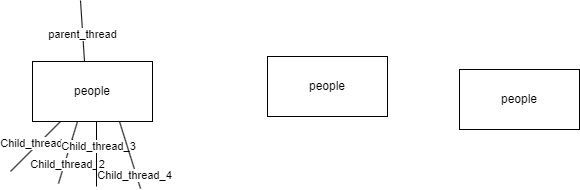
Before: Mutltithread.png, a diagram exported from draw.io (SNEHILUPADHYAY007/ForceOfConcurrency). Source tidied: cells renumbered, new cells last; positions are measured from the earlier drawing's top-left corner, leaving out a move shared by most shapes.
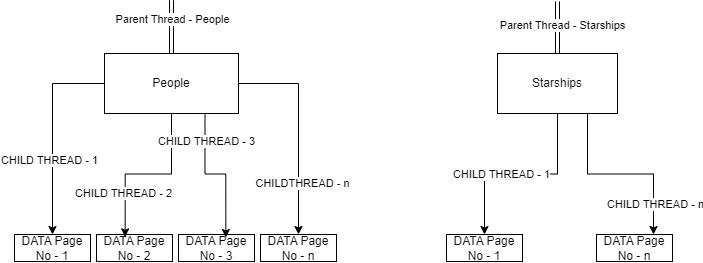
After the commit.

The edit, as a diff of the source:
```diff
@@ -2,59 +2,81 @@
   <root>
     <mxCell id="0" />
     <mxCell id="1" parent="0" />
+    <mxCell id="15" style="edgeStyle=orthogonalEdgeStyle;rounded=0;jettySize=auto;html=1;" parent="1" edge="1" source="2" target="27">
+      <mxGeometry relative="1" as="geometry" />
+    </mxCell>
+    <mxCell id="16" value="CHILD THREAD - 1" style="edgeLabel;html=1;align=center;verticalAlign=middle;" parent="15" vertex="1">
+      <mxGeometry x="0.26" y="-4" relative="1" as="geometry" />
+    </mxCell>
+    <mxCell id="17" style="edgeStyle=orthogonalEdgeStyle;rounded=0;jettySize=auto;html=1;" parent="1" edge="1" source="2" target="30">
+      <mxGeometry relative="1" as="geometry" />
+    </mxCell>
+    <mxCell id="18" value="CHILDTHREAD - n" style="edgeLabel;html=1;align=center;verticalAlign=middle;" parent="17" vertex="1">
+      <mxGeometry x="0.51" y="3" relative="1" as="geometry" />
+    </mxCell>
+    <mxCell id="19" style="edgeStyle=orthogonalEdgeStyle;rounded=0;jettySize=auto;html=1;shape=link;" parent="1" edge="1" source="2">
+      <mxGeometry relative="1" as="geometry">
+        <mxPoint x="131" y="2.7" as="targetPoint" />
+      </mxGeometry>
+    </mxCell>
+    <mxCell id="20" value="Parent Thread - People" style="edgeLabel;html=1;align=center;verticalAlign=middle;" parent="19" vertex="1">
+      <mxGeometry x="0.29" relative="1" as="geometry" />
+    </mxCell>
-    <mxCell id="2" value="people" style="rounded=0;whiteSpace=wrap;html=1;" parent="1" vertex="1">
-      <mxGeometry x="22" y="61" width="120" height="60" as="geometry" />
+    <mxCell id="2" value="People" style="rounded=0;whiteSpace=wrap;html=1;" parent="1" vertex="1">
+      <mxGeometry x="64" y="56" width="134" height="60" as="geometry" />
     </mxCell>
-    <mxCell id="3" style="endArrow=none;html=1;rounded=0;" parent="1" edge="1">
-      <mxGeometry relative="1" as="geometry">
-        <mxPoint y="171" as="sourcePoint" />
-        <mxPoint x="50" y="121" as="targetPoint" />
-      </mxGeometry>
-    </mxCell>
-    <mxCell id="4" value="Child_thread_1" style="edgeLabel;html=1;align=center;verticalAlign=middle;" parent="3" vertex="1">
-      <mxGeometry x="0.11" y="1" relative="1" as="geometry" />
-    </mxCell>
-    <mxCell id="5" style="endArrow=none;html=1;rounded=0;" parent="1" edge="1">
-      <mxGeometry relative="1" as="geometry">
-        <mxPoint x="48" y="183" as="sourcePoint" />
-        <mxPoint x="67" y="121" as="targetPoint" />
-      </mxGeometry>
-    </mxCell>
-    <mxCell id="6" value="Child_thread_2" style="edgeLabel;html=1;align=center;verticalAlign=middle;" parent="5" vertex="1">
-      <mxGeometry x="-0.36" y="-2" relative="1" as="geometry" />
-    </mxCell>
-    <mxCell id="7" style="endArrow=none;html=1;rounded=0;" parent="1" edge="1">
-      <mxGeometry relative="1" as="geometry">
-        <mxPoint x="86" y="186" as="sourcePoint" />
-        <mxPoint x="86" y="121" as="targetPoint" />
-      </mxGeometry>
-    </mxCell>
-    <mxCell id="8" value="Child_thread_3" style="edgeLabel;html=1;align=center;verticalAlign=middle;" parent="7" vertex="1">
-      <mxGeometry x="0.27" y="-1" relative="1" as="geometry" />
-    </mxCell>
-    <mxCell id="9" style="endArrow=none;html=1;rounded=0;" parent="1" edge="1">
-      <mxGeometry relative="1" as="geometry">
-        <mxPoint x="130" y="188" as="sourcePoint" />
-        <mxPoint x="109" y="121" as="targetPoint" />
-      </mxGeometry>
-    </mxCell>
-    <mxCell id="10" value="Child_thread_4" style="edgeLabel;html=1;align=center;verticalAlign=middle;" parent="9" vertex="1">
-      <mxGeometry x="-0.59" y="2" relative="1" as="geometry" />
-    </mxCell>
-    <mxCell id="11" value="people" style="rounded=0;whiteSpace=wrap;html=1;" parent="1" vertex="1">
-      <mxGeometry x="449" y="69" width="120" height="60" as="geometry" />
-    </mxCell>
+    <mxCell id="21" style="edgeStyle=orthogonalEdgeStyle;rounded=0;jettySize=auto;html=1;entryX=0.5;entryY=0;entryDx=0;entryDy=0;" parent="1" edge="1" source="12" target="35">
+      <mxGeometry relative="1" as="geometry" />
+    </mxCell>
+    <mxCell id="22" value="CHILD THREAD - 1" style="edgeLabel;html=1;align=center;verticalAlign=middle;" parent="21" vertex="1">
+      <mxGeometry x="0.21" relative="1" as="geometry" />
+    </mxCell>
+    <mxCell id="23" style="edgeStyle=orthogonalEdgeStyle;rounded=0;jettySize=auto;html=1;exitX=0.75;exitY=1;exitDx=0;exitDy=0;entryX=0.75;entryY=0;entryDx=0;entryDy=0;" parent="1" edge="1" source="12" target="36">
+      <mxGeometry relative="1" as="geometry" />
+    </mxCell>
+    <mxCell id="24" value="CHILD THREAD - n" style="edgeLabel;html=1;align=center;verticalAlign=middle;" parent="23" vertex="1">
+      <mxGeometry x="0.67" y="1" relative="1" as="geometry" />
+    </mxCell>
+    <mxCell id="25" style="edgeStyle=orthogonalEdgeStyle;rounded=0;jettySize=auto;html=1;shape=link;" parent="1" edge="1" source="12">
+      <mxGeometry relative="1" as="geometry">
+        <mxPoint x="517" y="4" as="targetPoint" />
+      </mxGeometry>
+    </mxCell>
+    <mxCell id="26" value="Parent Thread - Starships" style="edgeLabel;html=1;align=center;verticalAlign=middle;" parent="25" vertex="1">
+      <mxGeometry x="0.05" y="-4" relative="1" as="geometry" />
+    </mxCell>
-    <mxCell id="12" value="people" style="rounded=0;whiteSpace=wrap;html=1;" parent="1" vertex="1">
-      <mxGeometry x="257" y="56" width="120" height="60" as="geometry" />
+    <mxCell id="12" value="Starships" style="rounded=0;whiteSpace=wrap;html=1;" parent="1" vertex="1">
+      <mxGeometry x="457" y="56" width="120" height="60" as="geometry" />
     </mxCell>
-    <mxCell id="13" style="endArrow=none;html=1;rounded=0;" parent="1" edge="1">
-      <mxGeometry relative="1" as="geometry">
-        <mxPoint x="74" y="61" as="sourcePoint" />
-        <mxPoint x="70" as="targetPoint" />
-      </mxGeometry>
-    </mxCell>
-    <mxCell id="14" value="parent_thread" style="edgeLabel;html=1;align=center;verticalAlign=middle;" parent="13" vertex="1">
-      <mxGeometry x="-0.07" y="1" relative="1" as="geometry" />
-    </mxCell>
+    <mxCell id="27" value="DATA Page No - 1" style="rounded=0;whiteSpace=wrap;html=1;" parent="1" vertex="1">
+      <mxGeometry x="-26" y="237" width="76" height="27" as="geometry" />
+    </mxCell>
+    <mxCell id="28" value="DATA Page No - 2" style="rounded=0;whiteSpace=wrap;html=1;" parent="1" vertex="1">
+      <mxGeometry x="56" y="237" width="76" height="27" as="geometry" />
+    </mxCell>
+    <mxCell id="29" value="DATA Page No - 3" style="rounded=0;whiteSpace=wrap;html=1;" parent="1" vertex="1">
+      <mxGeometry x="138" y="237" width="76" height="27" as="geometry" />
+    </mxCell>
+    <mxCell id="30" value="DATA Page No - n" style="rounded=0;whiteSpace=wrap;html=1;" parent="1" vertex="1">
+      <mxGeometry x="220" y="237" width="76" height="27" as="geometry" />
+    </mxCell>
+    <mxCell id="31" style="edgeStyle=orthogonalEdgeStyle;rounded=0;jettySize=auto;html=1;entryX=0.377;entryY=0.086;entryDx=0;entryDy=0;entryPerimeter=0;" parent="1" edge="1" source="2" target="28">
+      <mxGeometry relative="1" as="geometry" />
+    </mxCell>
+    <mxCell id="32" value="CHILD THREAD - 2" style="edgeLabel;html=1;align=center;verticalAlign=middle;" parent="31" vertex="1">
+      <mxGeometry x="0.48" y="-2" relative="1" as="geometry" />
+    </mxCell>
+    <mxCell id="33" style="edgeStyle=orthogonalEdgeStyle;rounded=0;jettySize=auto;html=1;exitX=0.75;exitY=1;exitDx=0;exitDy=0;entryX=0.623;entryY=0.111;entryDx=0;entryDy=0;entryPerimeter=0;" parent="1" edge="1" source="2" target="29">
+      <mxGeometry relative="1" as="geometry" />
+    </mxCell>
+    <mxCell id="34" value="CHILD THREAD - 3" style="edgeLabel;html=1;align=center;verticalAlign=middle;" parent="33" vertex="1">
+      <mxGeometry x="-0.62" y="1" relative="1" as="geometry" />
+    </mxCell>
+    <mxCell id="35" value="DATA Page No - 1" style="rounded=0;whiteSpace=wrap;html=1;" parent="1" vertex="1">
+      <mxGeometry x="406" y="237" width="76" height="27" as="geometry" />
+    </mxCell>
+    <mxCell id="36" value="DATA Page No - n" style="rounded=0;whiteSpace=wrap;html=1;" parent="1" vertex="1">
+      <mxGeometry x="556" y="237" width="76" height="27" as="geometry" />
+    </mxCell>
   </root>
 </mxGraphModel>
```
